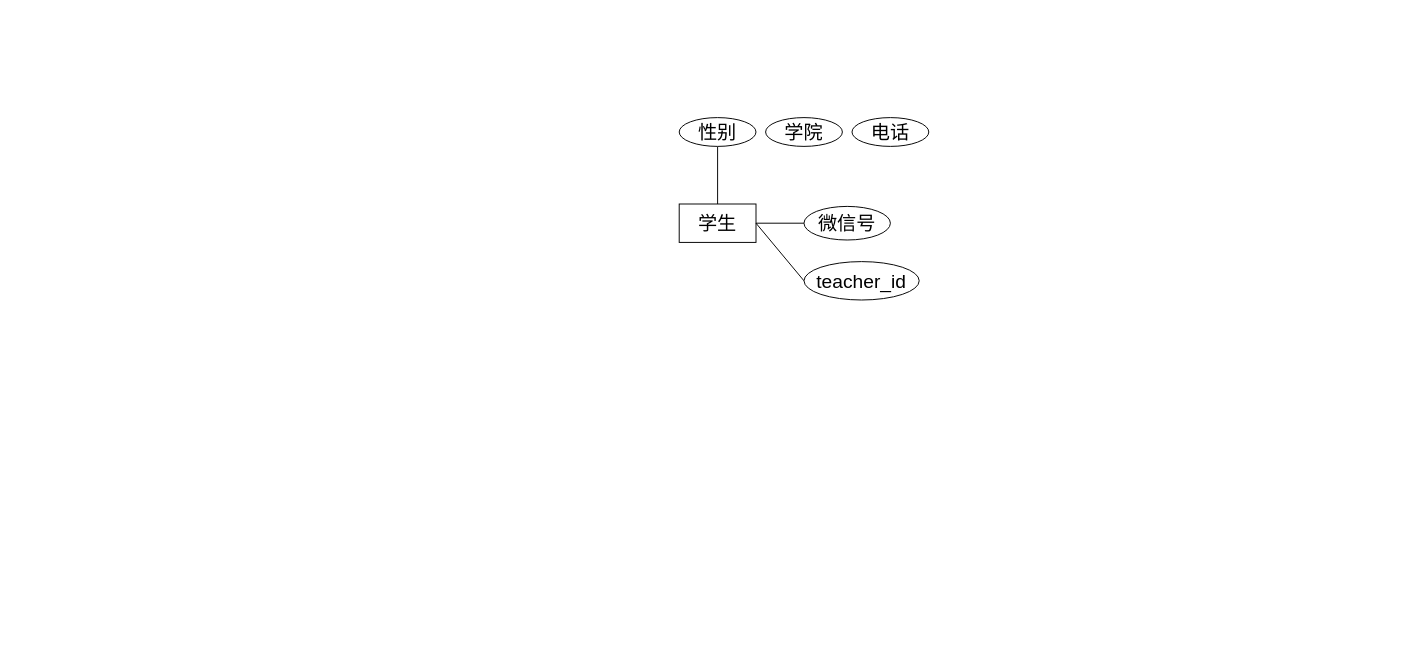
The draw.io diagram ER图.drawio in lyb040701/draw, before the edit. Source tidied: cells renumbered, new cells numbered last; positions are measured from the earlier drawing's top-left corner, leaving out a move shared by most shapes. Both pictures are drawn from the tidied source at 96%, with x=0, y=0 at pixel (679, 117).
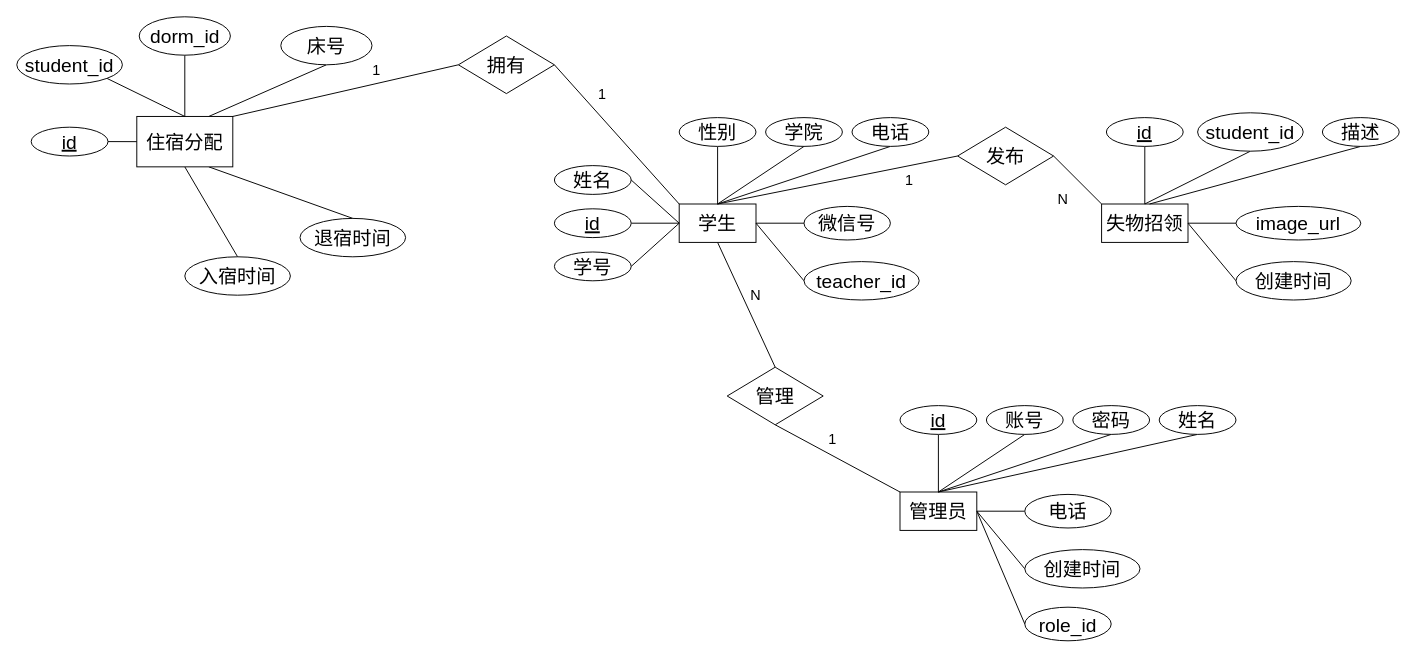
After the change.

The change refers to these unchanged cells:
```xml
<mxCell id="2" value="&lt;font style=&quot;font-size: 20px;&quot;&gt;学生&lt;/font&gt;" style="rounded=0;whiteSpace=wrap;html=1;" parent="1" vertex="1">
  <mxGeometry y="90" width="80" height="40" as="geometry" />
</mxCell>
<mxCell id="9" value="&lt;span style=&quot;font-size: 20px;&quot;&gt;学院&lt;/span&gt;" style="ellipse;whiteSpace=wrap;html=1;" parent="1" vertex="1">
  <mxGeometry x="90" width="80" height="30" as="geometry" />
</mxCell>
<mxCell id="10" value="&lt;span style=&quot;font-size: 20px;&quot;&gt;电话&lt;/span&gt;" style="ellipse;whiteSpace=wrap;html=1;" parent="1" vertex="1">
  <mxGeometry x="180" width="80" height="30" as="geometry" />
</mxCell>
```

Change to the diagram source:
```diff
@@
-<mxGraphModel>
+<mxGraphModel background="#ffffff">
@@
+    <mxCell id="11" style="edgeStyle=none;shape=connector;rounded=0;jettySize=auto;html=1;exitX=0.5;exitY=1;exitDx=0;exitDy=0;entryX=0.5;entryY=0;entryDx=0;entryDy=0;strokeColor=default;align=center;verticalAlign=middle;fontFamily=Helvetica;fontSize=11;fontColor=default;labelBackgroundColor=default;endArrow=none;endFill=0;" parent="1" edge="1" source="2" target="36">
+      <mxGeometry relative="1" as="geometry" />
+    </mxCell>
@@
+    <mxCell id="12" style="rounded=0;jettySize=auto;html=1;exitX=0.5;exitY=1;exitDx=0;exitDy=0;entryX=0.5;entryY=0;entryDx=0;entryDy=0;endArrow=none;endFill=0;" parent="1" edge="1" source="9" target="2">
+      <mxGeometry relative="1" as="geometry" />
+    </mxCell>
@@
+    <mxCell id="13" style="edgeStyle=none;rounded=0;jettySize=auto;html=1;exitX=0.5;exitY=1;exitDx=0;exitDy=0;endArrow=none;endFill=0;" parent="1" edge="1" source="10">
+      <mxGeometry relative="1" as="geometry">
+        <mxPoint x="40" y="90" as="targetPoint" />
+      </mxGeometry>
+    </mxCell>
@@
+    <mxCell id="14" style="edgeStyle=none;rounded=0;jettySize=auto;html=1;exitX=1;exitY=0.5;exitDx=0;exitDy=0;entryX=0;entryY=0.5;entryDx=0;entryDy=0;endArrow=none;endFill=0;" parent="1" edge="1" source="15" target="2">
+      <mxGeometry relative="1" as="geometry" />
+    </mxCell>
+    <mxCell id="15" value="&lt;span style=&quot;font-size: 20px;&quot;&gt;&lt;u&gt;id&lt;/u&gt;&lt;/span&gt;" style="ellipse;whiteSpace=wrap;html=1;" parent="1" vertex="1">
+      <mxGeometry x="-130" y="95" width="80" height="30" as="geometry" />
+    </mxCell>
+    <mxCell id="16" style="edgeStyle=none;rounded=0;jettySize=auto;html=1;exitX=1;exitY=0.5;exitDx=0;exitDy=0;endArrow=none;endFill=0;" parent="1" edge="1" source="17">
+      <mxGeometry relative="1" as="geometry">
+        <mxPoint y="110" as="targetPoint" />
+      </mxGeometry>
+    </mxCell>
+    <mxCell id="17" value="&lt;span style=&quot;font-size: 20px;&quot;&gt;姓名&lt;/span&gt;" style="ellipse;whiteSpace=wrap;html=1;" parent="1" vertex="1">
+      <mxGeometry x="-130" y="50" width="80" height="30" as="geometry" />
+    </mxCell>
+    <mxCell id="18" style="edgeStyle=none;rounded=0;jettySize=auto;html=1;exitX=1;exitY=0.5;exitDx=0;exitDy=0;endArrow=none;endFill=0;" parent="1" edge="1" source="19">
+      <mxGeometry relative="1" as="geometry">
+        <mxPoint y="110" as="targetPoint" />
+      </mxGeometry>
+    </mxCell>
+    <mxCell id="19" value="&lt;span style=&quot;font-size: 20px;&quot;&gt;学号&lt;/span&gt;" style="ellipse;whiteSpace=wrap;html=1;" parent="1" vertex="1">
+      <mxGeometry x="-130" y="140" width="80" height="30" as="geometry" />
+    </mxCell>
+    <mxCell id="20" style="edgeStyle=none;shape=connector;rounded=0;jettySize=auto;html=1;exitX=1;exitY=0.5;exitDx=0;exitDy=0;entryX=0;entryY=0.5;entryDx=0;entryDy=0;strokeColor=default;align=center;verticalAlign=middle;fontFamily=Helvetica;fontSize=11;fontColor=default;labelBackgroundColor=default;endArrow=none;endFill=0;" parent="1" edge="1" source="21" target="34">
+      <mxGeometry relative="1" as="geometry" />
+    </mxCell>
+    <mxCell id="21" value="&lt;font style=&quot;font-size: 20px;&quot;&gt;管理员&lt;/font&gt;" style="rounded=0;whiteSpace=wrap;html=1;" parent="1" vertex="1">
+      <mxGeometry x="230" y="390" width="80" height="40" as="geometry" />
+    </mxCell>
+    <mxCell id="22" style="endArrow=none;html=1;rounded=0;" parent="1" edge="1" target="23">
+      <mxGeometry relative="1" as="geometry">
+        <mxPoint x="310" y="410" as="sourcePoint" />
+      </mxGeometry>
+    </mxCell>
+    <mxCell id="23" value="&lt;font style=&quot;font-size: 20px;&quot;&gt;电话&lt;/font&gt;" style="ellipse;whiteSpace=wrap;html=1;" parent="1" vertex="1">
+      <mxGeometry x="360" y="392.5" width="90" height="35" as="geometry" />
+    </mxCell>
+    <mxCell id="24" style="rounded=0;jettySize=auto;html=1;exitX=0;exitY=0.5;exitDx=0;exitDy=0;entryX=1;entryY=0.5;entryDx=0;entryDy=0;endArrow=none;endFill=0;" parent="1" edge="1" source="25" target="21">
+      <mxGeometry relative="1" as="geometry" />
+    </mxCell>
+    <mxCell id="25" value="&lt;font style=&quot;font-size: 20px;&quot;&gt;创建时间&lt;/font&gt;" style="ellipse;whiteSpace=wrap;html=1;" parent="1" vertex="1">
+      <mxGeometry x="360" y="450" width="120" height="40" as="geometry" />
+    </mxCell>
+    <mxCell id="26" style="edgeStyle=orthogonalEdgeStyle;rounded=0;jettySize=auto;html=1;exitX=0.5;exitY=1;exitDx=0;exitDy=0;entryX=0.5;entryY=0;entryDx=0;entryDy=0;endArrow=none;endFill=0;" parent="1" edge="1" source="27" target="21">
+      <mxGeometry relative="1" as="geometry" />
+    </mxCell>
+    <mxCell id="27" value="&lt;span style=&quot;font-size: 20px;&quot;&gt;&lt;u&gt;id&lt;/u&gt;&lt;/span&gt;" style="ellipse;whiteSpace=wrap;html=1;" parent="1" vertex="1">
+      <mxGeometry x="230" y="300" width="80" height="30" as="geometry" />
+    </mxCell>
+    <mxCell id="28" style="rounded=0;jettySize=auto;html=1;exitX=0.5;exitY=1;exitDx=0;exitDy=0;entryX=0.5;entryY=0;entryDx=0;entryDy=0;endArrow=none;endFill=0;" parent="1" edge="1" source="29" target="21">
+      <mxGeometry relative="1" as="geometry" />
+    </mxCell>
+    <mxCell id="29" value="&lt;span style=&quot;font-size: 20px;&quot;&gt;账号&lt;/span&gt;" style="ellipse;whiteSpace=wrap;html=1;" parent="1" vertex="1">
+      <mxGeometry x="320" y="300" width="80" height="30" as="geometry" />
+    </mxCell>
+    <mxCell id="30" style="edgeStyle=none;rounded=0;jettySize=auto;html=1;exitX=0.5;exitY=1;exitDx=0;exitDy=0;endArrow=none;endFill=0;" parent="1" edge="1" source="31">
+      <mxGeometry relative="1" as="geometry">
+        <mxPoint x="270" y="390" as="targetPoint" />
+      </mxGeometry>
+    </mxCell>
+    <mxCell id="31" value="&lt;span style=&quot;font-size: 20px;&quot;&gt;密码&lt;/span&gt;" style="ellipse;whiteSpace=wrap;html=1;" parent="1" vertex="1">
+      <mxGeometry x="410" y="300" width="80" height="30" as="geometry" />
+    </mxCell>
+    <mxCell id="32" style="edgeStyle=none;shape=connector;rounded=0;jettySize=auto;html=1;exitX=0.5;exitY=1;exitDx=0;exitDy=0;entryX=0.5;entryY=0;entryDx=0;entryDy=0;strokeColor=default;align=center;verticalAlign=middle;fontFamily=Helvetica;fontSize=11;fontColor=default;labelBackgroundColor=default;endArrow=none;endFill=0;" parent="1" edge="1" source="33" target="21">
+      <mxGeometry relative="1" as="geometry" />
+    </mxCell>
+    <mxCell id="33" value="&lt;span style=&quot;font-size: 20px;&quot;&gt;姓名&lt;/span&gt;" style="ellipse;whiteSpace=wrap;html=1;" parent="1" vertex="1">
+      <mxGeometry x="500" y="300" width="80" height="30" as="geometry" />
+    </mxCell>
+    <mxCell id="34" value="&lt;font style=&quot;font-size: 20px;&quot;&gt;role_id&lt;br&gt;&lt;/font&gt;" style="ellipse;whiteSpace=wrap;html=1;" parent="1" vertex="1">
+      <mxGeometry x="360" y="510" width="90" height="35" as="geometry" />
+    </mxCell>
+    <mxCell id="35" style="edgeStyle=none;shape=connector;rounded=0;jettySize=auto;html=1;exitX=0.5;exitY=1;exitDx=0;exitDy=0;entryX=0;entryY=0;entryDx=0;entryDy=0;strokeColor=default;align=center;verticalAlign=middle;fontFamily=Helvetica;fontSize=11;fontColor=default;labelBackgroundColor=default;endArrow=none;endFill=0;" parent="1" edge="1" source="36" target="21">
+      <mxGeometry relative="1" as="geometry" />
+    </mxCell>
+    <mxCell id="36" value="&lt;font style=&quot;font-size: 20px;&quot;&gt;管理&lt;/font&gt;" style="rhombus;whiteSpace=wrap;html=1;fontFamily=Helvetica;fontSize=11;fontColor=default;labelBackgroundColor=default;" parent="1" vertex="1">
+      <mxGeometry x="50" y="260" width="100" height="60" as="geometry" />
+    </mxCell>
+    <mxCell id="37" value="&lt;font style=&quot;font-size: 15px;&quot;&gt;N&lt;/font&gt;" style="text;html=1;whiteSpace=wrap;strokeColor=none;fillColor=none;align=center;verticalAlign=middle;rounded=0;fontFamily=Helvetica;fontSize=11;fontColor=default;labelBackgroundColor=default;" parent="1" vertex="1">
+      <mxGeometry x="50" y="170" width="60" height="30" as="geometry" />
+    </mxCell>
+    <mxCell id="38" value="&lt;font style=&quot;font-size: 15px;&quot;&gt;1&lt;/font&gt;" style="text;html=1;whiteSpace=wrap;strokeColor=none;fillColor=none;align=center;verticalAlign=middle;rounded=0;fontFamily=Helvetica;fontSize=11;fontColor=default;labelBackgroundColor=default;" parent="1" vertex="1">
+      <mxGeometry x="130" y="320" width="60" height="30" as="geometry" />
+    </mxCell>
+    <mxCell id="39" value="&lt;span style=&quot;font-size: 20px;&quot;&gt;失物招领&lt;/span&gt;" style="rounded=0;whiteSpace=wrap;html=1;" parent="1" vertex="1">
+      <mxGeometry x="440" y="90" width="90" height="40" as="geometry" />
+    </mxCell>
+    <mxCell id="40" style="endArrow=none;html=1;rounded=0;" parent="1" edge="1" target="41">
+      <mxGeometry relative="1" as="geometry">
+        <mxPoint x="530" y="110" as="sourcePoint" />
+      </mxGeometry>
+    </mxCell>
+    <mxCell id="41" value="&lt;font style=&quot;font-size: 20px;&quot;&gt;image_url&lt;/font&gt;" style="ellipse;whiteSpace=wrap;html=1;" parent="1" vertex="1">
+      <mxGeometry x="580" y="92.5" width="130" height="35" as="geometry" />
+    </mxCell>
+    <mxCell id="42" style="rounded=0;jettySize=auto;html=1;exitX=0;exitY=0.5;exitDx=0;exitDy=0;entryX=1;entryY=0.5;entryDx=0;entryDy=0;endArrow=none;endFill=0;" parent="1" edge="1" source="43" target="39">
+      <mxGeometry relative="1" as="geometry" />
+    </mxCell>
+    <mxCell id="43" value="&lt;font style=&quot;font-size: 20px;&quot;&gt;创建时间&lt;/font&gt;" style="ellipse;whiteSpace=wrap;html=1;" parent="1" vertex="1">
+      <mxGeometry x="580" y="150" width="120" height="40" as="geometry" />
+    </mxCell>
+    <mxCell id="44" style="edgeStyle=orthogonalEdgeStyle;rounded=0;jettySize=auto;html=1;exitX=0.5;exitY=1;exitDx=0;exitDy=0;entryX=0.5;entryY=0;entryDx=0;entryDy=0;endArrow=none;endFill=0;" parent="1" edge="1" source="45" target="39">
+      <mxGeometry relative="1" as="geometry" />
+    </mxCell>
+    <mxCell id="45" value="&lt;span style=&quot;font-size: 20px;&quot;&gt;&lt;u&gt;id&lt;/u&gt;&lt;/span&gt;" style="ellipse;whiteSpace=wrap;html=1;" parent="1" vertex="1">
+      <mxGeometry x="445" width="80" height="30" as="geometry" />
+    </mxCell>
+    <mxCell id="46" style="rounded=0;jettySize=auto;html=1;exitX=0.5;exitY=1;exitDx=0;exitDy=0;entryX=0.5;entryY=0;entryDx=0;entryDy=0;endArrow=none;endFill=0;" parent="1" edge="1" source="47" target="39">
+      <mxGeometry relative="1" as="geometry" />
+    </mxCell>
+    <mxCell id="47" value="&lt;span style=&quot;font-size: 20px;&quot;&gt;student_id&lt;/span&gt;" style="ellipse;whiteSpace=wrap;html=1;" parent="1" vertex="1">
+      <mxGeometry x="540" y="-5" width="110" height="40" as="geometry" />
+    </mxCell>
+    <mxCell id="48" style="edgeStyle=none;rounded=0;jettySize=auto;html=1;exitX=0.5;exitY=1;exitDx=0;exitDy=0;endArrow=none;endFill=0;" parent="1" edge="1" source="49">
+      <mxGeometry relative="1" as="geometry">
+        <mxPoint x="490" y="90" as="targetPoint" />
+      </mxGeometry>
+    </mxCell>
+    <mxCell id="49" value="&lt;span style=&quot;font-size: 20px;&quot;&gt;描述&lt;/span&gt;" style="ellipse;whiteSpace=wrap;html=1;" parent="1" vertex="1">
+      <mxGeometry x="670" width="80" height="30" as="geometry" />
+    </mxCell>
+    <mxCell id="50" style="edgeStyle=none;shape=connector;rounded=0;jettySize=auto;html=1;exitX=0;exitY=0.5;exitDx=0;exitDy=0;strokeColor=default;align=center;verticalAlign=middle;fontFamily=Helvetica;fontSize=11;fontColor=default;labelBackgroundColor=default;endArrow=none;endFill=0;" parent="1" edge="1" source="52">
+      <mxGeometry relative="1" as="geometry">
+        <mxPoint x="40" y="90" as="targetPoint" />
+      </mxGeometry>
+    </mxCell>
+    <mxCell id="51" style="edgeStyle=none;shape=connector;rounded=0;jettySize=auto;html=1;exitX=1;exitY=0.5;exitDx=0;exitDy=0;entryX=0;entryY=0;entryDx=0;entryDy=0;strokeColor=default;align=center;verticalAlign=middle;fontFamily=Helvetica;fontSize=11;fontColor=default;labelBackgroundColor=default;endArrow=none;endFill=0;" parent="1" edge="1" source="52" target="39">
+      <mxGeometry relative="1" as="geometry" />
+    </mxCell>
+    <mxCell id="52" value="&lt;font style=&quot;font-size: 20px;&quot;&gt;发布&lt;/font&gt;" style="rhombus;whiteSpace=wrap;html=1;fontFamily=Helvetica;fontSize=11;fontColor=default;labelBackgroundColor=default;" parent="1" vertex="1">
+      <mxGeometry x="290" y="10" width="100" height="60" as="geometry" />
+    </mxCell>
+    <mxCell id="53" value="&lt;font style=&quot;font-size: 15px;&quot;&gt;1&lt;/font&gt;" style="text;html=1;whiteSpace=wrap;strokeColor=none;fillColor=none;align=center;verticalAlign=middle;rounded=0;fontFamily=Helvetica;fontSize=11;fontColor=default;labelBackgroundColor=default;" parent="1" vertex="1">
+      <mxGeometry x="210" y="50" width="60" height="30" as="geometry" />
+    </mxCell>
+    <mxCell id="54" value="&lt;font style=&quot;font-size: 15px;&quot;&gt;N&lt;/font&gt;" style="text;html=1;whiteSpace=wrap;strokeColor=none;fillColor=none;align=center;verticalAlign=middle;rounded=0;fontFamily=Helvetica;fontSize=11;fontColor=default;labelBackgroundColor=default;" parent="1" vertex="1">
+      <mxGeometry x="370" y="70" width="60" height="30" as="geometry" />
+    </mxCell>
+    <mxCell id="55" style="edgeStyle=none;shape=connector;rounded=0;jettySize=auto;html=1;exitX=0.75;exitY=0;exitDx=0;exitDy=0;entryX=0.5;entryY=1;entryDx=0;entryDy=0;strokeColor=default;align=center;verticalAlign=middle;fontFamily=Helvetica;fontSize=11;fontColor=default;labelBackgroundColor=default;endArrow=none;endFill=0;" parent="1" edge="1" source="59" target="66">
+      <mxGeometry relative="1" as="geometry" />
+    </mxCell>
+    <mxCell id="56" style="edgeStyle=none;shape=connector;rounded=0;jettySize=auto;html=1;exitX=0.5;exitY=1;exitDx=0;exitDy=0;entryX=0.5;entryY=0;entryDx=0;entryDy=0;strokeColor=default;align=center;verticalAlign=middle;fontFamily=Helvetica;fontSize=11;fontColor=default;labelBackgroundColor=default;endArrow=none;endFill=0;" parent="1" edge="1" source="59" target="67">
+      <mxGeometry relative="1" as="geometry" />
+    </mxCell>
+    <mxCell id="57" style="edgeStyle=none;shape=connector;rounded=0;jettySize=auto;html=1;exitX=0.75;exitY=1;exitDx=0;exitDy=0;entryX=0.5;entryY=0;entryDx=0;entryDy=0;strokeColor=default;align=center;verticalAlign=middle;fontFamily=Helvetica;fontSize=11;fontColor=default;labelBackgroundColor=default;endArrow=none;endFill=0;" parent="1" edge="1" source="59" target="68">
+      <mxGeometry relative="1" as="geometry" />
+    </mxCell>
+    <mxCell id="58" style="edgeStyle=none;shape=connector;rounded=0;jettySize=auto;html=1;exitX=1;exitY=0;exitDx=0;exitDy=0;entryX=0;entryY=0.5;entryDx=0;entryDy=0;strokeColor=default;align=center;verticalAlign=middle;fontFamily=Helvetica;fontSize=11;fontColor=default;labelBackgroundColor=default;endArrow=none;endFill=0;" parent="1" edge="1" source="59" target="70">
+      <mxGeometry relative="1" as="geometry" />
+    </mxCell>
+    <mxCell id="59" value="&lt;font style=&quot;font-size: 20px;&quot;&gt;住宿分配&lt;/font&gt;" style="rounded=0;whiteSpace=wrap;html=1;" parent="1" vertex="1">
+      <mxGeometry x="-565" y="-1.2" width="100" height="52.5" as="geometry" />
+    </mxCell>
+    <mxCell id="60" style="edgeStyle=none;shape=connector;rounded=0;jettySize=auto;html=1;exitX=1;exitY=0.5;exitDx=0;exitDy=0;entryX=0;entryY=0.5;entryDx=0;entryDy=0;strokeColor=default;align=center;verticalAlign=middle;fontFamily=Helvetica;fontSize=11;fontColor=default;labelBackgroundColor=default;endArrow=none;endFill=0;" parent="1" edge="1" source="61" target="59">
+      <mxGeometry relative="1" as="geometry" />
+    </mxCell>
+    <mxCell id="61" value="&lt;span style=&quot;font-size: 20px;&quot;&gt;&lt;u&gt;id&lt;/u&gt;&lt;/span&gt;" style="ellipse;whiteSpace=wrap;html=1;" parent="1" vertex="1">
+      <mxGeometry x="-675" y="10" width="80" height="30" as="geometry" />
+    </mxCell>
+    <mxCell id="62" style="edgeStyle=none;shape=connector;rounded=0;jettySize=auto;html=1;exitX=1;exitY=1;exitDx=0;exitDy=0;entryX=0.5;entryY=0;entryDx=0;entryDy=0;strokeColor=default;align=center;verticalAlign=middle;fontFamily=Helvetica;fontSize=11;fontColor=default;labelBackgroundColor=default;endArrow=none;endFill=0;" parent="1" edge="1" source="63" target="59">
+      <mxGeometry relative="1" as="geometry" />
+    </mxCell>
+    <mxCell id="63" value="&lt;span style=&quot;font-size: 20px;&quot;&gt;student_id&lt;/span&gt;" style="ellipse;whiteSpace=wrap;html=1;" parent="1" vertex="1">
+      <mxGeometry x="-690" y="-75" width="110" height="40" as="geometry" />
+    </mxCell>
+    <mxCell id="64" style="edgeStyle=none;shape=connector;rounded=0;jettySize=auto;html=1;exitX=0.5;exitY=1;exitDx=0;exitDy=0;strokeColor=default;align=center;verticalAlign=middle;fontFamily=Helvetica;fontSize=11;fontColor=default;labelBackgroundColor=default;endArrow=none;endFill=0;entryX=0.5;entryY=0;entryDx=0;entryDy=0;" parent="1" edge="1" source="65" target="59">
+      <mxGeometry relative="1" as="geometry" />
+    </mxCell>
+    <mxCell id="65" value="&lt;span style=&quot;font-size: 20px;&quot;&gt;dorm_id&lt;/span&gt;" style="ellipse;whiteSpace=wrap;html=1;" parent="1" vertex="1">
+      <mxGeometry x="-562.5" y="-105" width="95" height="40" as="geometry" />
+    </mxCell>
+    <mxCell id="66" value="&lt;span style=&quot;font-size: 20px;&quot;&gt;床号&lt;/span&gt;" style="ellipse;whiteSpace=wrap;html=1;" parent="1" vertex="1">
+      <mxGeometry x="-415" y="-95" width="95" height="40" as="geometry" />
+    </mxCell>
+    <mxCell id="67" value="&lt;span style=&quot;font-size: 20px;&quot;&gt;入宿时间&lt;/span&gt;" style="ellipse;whiteSpace=wrap;html=1;" parent="1" vertex="1">
+      <mxGeometry x="-515" y="145" width="110" height="40" as="geometry" />
+    </mxCell>
+    <mxCell id="68" value="&lt;span style=&quot;font-size: 20px;&quot;&gt;退宿时间&lt;/span&gt;" style="ellipse;whiteSpace=wrap;html=1;" parent="1" vertex="1">
+      <mxGeometry x="-395" y="105" width="110" height="40" as="geometry" />
+    </mxCell>
+    <mxCell id="69" style="edgeStyle=none;shape=connector;rounded=0;jettySize=auto;html=1;exitX=1;exitY=0.5;exitDx=0;exitDy=0;entryX=0;entryY=0;entryDx=0;entryDy=0;strokeColor=default;align=center;verticalAlign=middle;fontFamily=Helvetica;fontSize=11;fontColor=default;labelBackgroundColor=default;endArrow=none;endFill=0;" parent="1" edge="1" source="70" target="2">
+      <mxGeometry relative="1" as="geometry" />
+    </mxCell>
+    <mxCell id="70" value="&lt;font style=&quot;font-size: 20px;&quot;&gt;拥有&lt;/font&gt;" style="rhombus;whiteSpace=wrap;html=1;fontFamily=Helvetica;fontSize=11;fontColor=default;labelBackgroundColor=default;" parent="1" vertex="1">
+      <mxGeometry x="-230" y="-85" width="100" height="60" as="geometry" />
+    </mxCell>
+    <mxCell id="71" value="&lt;font style=&quot;font-size: 15px;&quot;&gt;1&lt;/font&gt;" style="text;html=1;whiteSpace=wrap;strokeColor=none;fillColor=none;align=center;verticalAlign=middle;rounded=0;fontFamily=Helvetica;fontSize=11;fontColor=default;labelBackgroundColor=default;" parent="1" vertex="1">
+      <mxGeometry x="-110" y="-40" width="60" height="30" as="geometry" />
+    </mxCell>
+    <mxCell id="72" value="&lt;font style=&quot;font-size: 15px;&quot;&gt;1&lt;/font&gt;" style="text;html=1;whiteSpace=wrap;strokeColor=none;fillColor=none;align=center;verticalAlign=middle;rounded=0;fontFamily=Helvetica;fontSize=11;fontColor=default;labelBackgroundColor=default;" parent="1" vertex="1">
+      <mxGeometry x="-345" y="-65" width="60" height="30" as="geometry" />
+    </mxCell>
```
